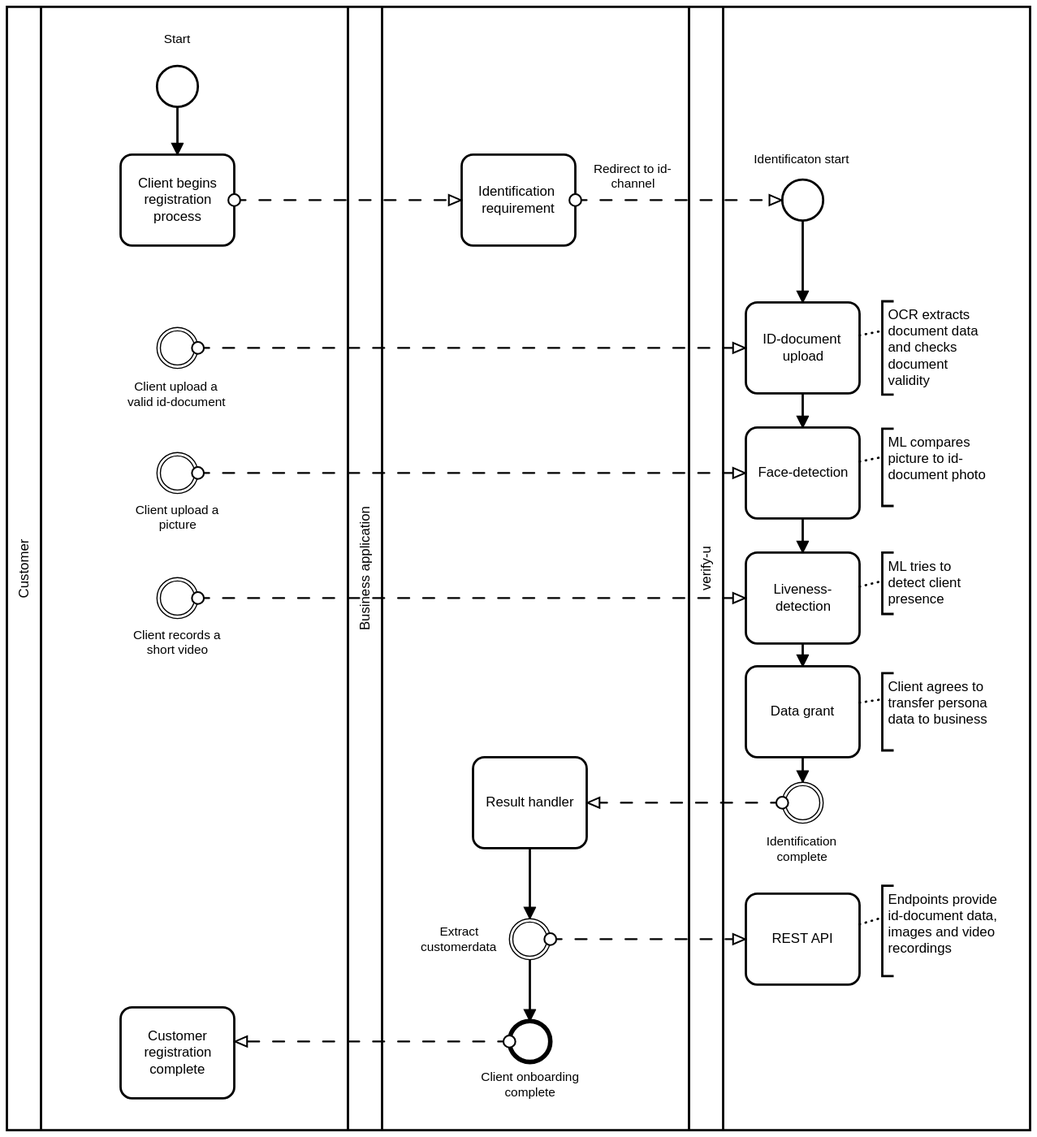
Before: lib/web/index/diagram.svg, a diagram exported from BPMN (verify-U-GmbH/api-documentation). Its source is kept beside it as lib/web/index/diagram.bpmn. Ids are renumbered.
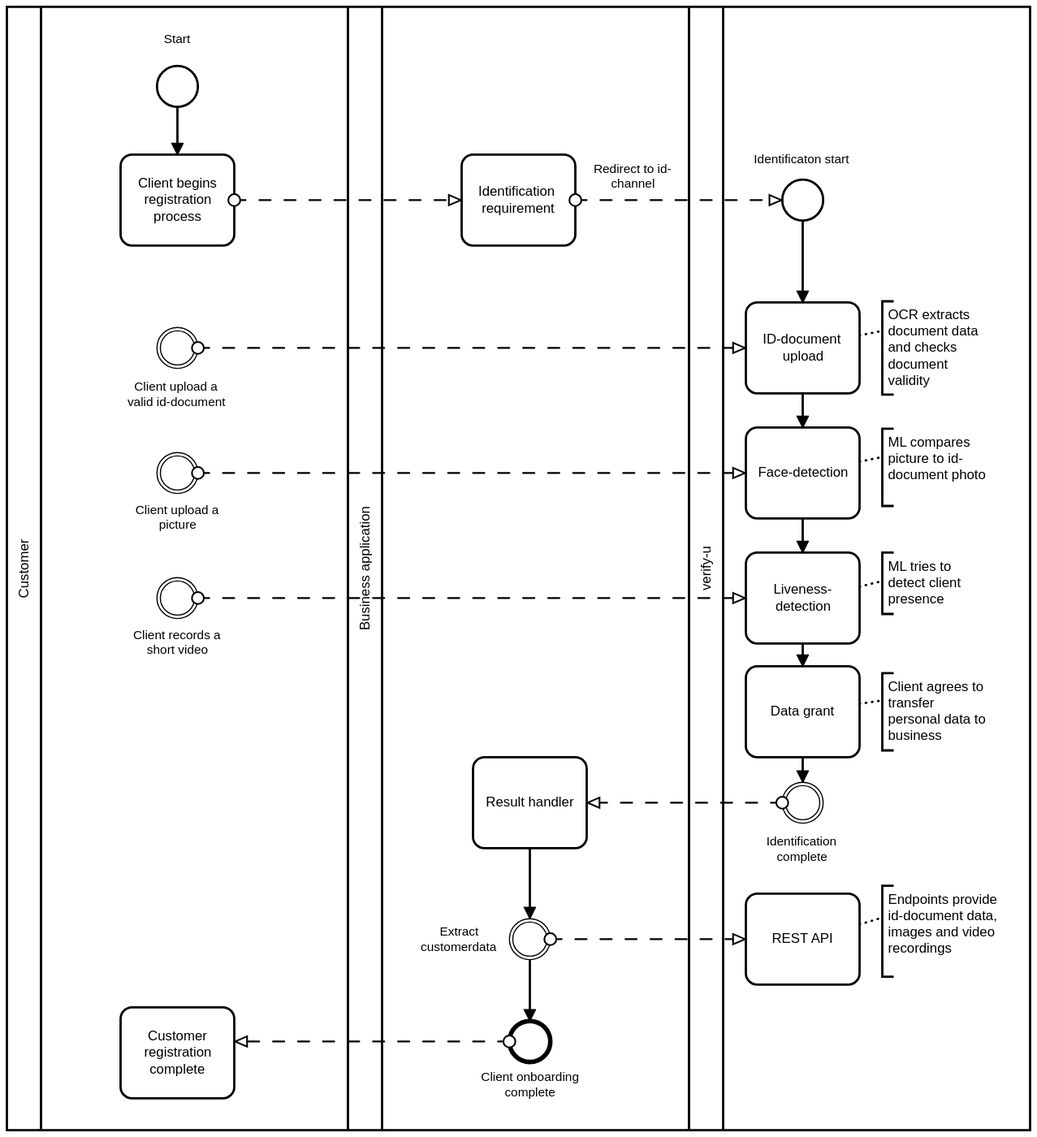
Above is the later version.

The edit, as a diff of the source:
```diff
@@ -82,7 +82,7 @@
       <bpmn:text>ML tries to detect client presence</bpmn:text>
     </bpmn:textAnnotation>
     <bpmn:textAnnotation id="TextAnnotation_n46">
-      <bpmn:text>Client agrees to transfer persona data to business</bpmn:text>
+      <bpmn:text>Client agrees to transfer personal data to business</bpmn:text>
     </bpmn:textAnnotation>
     <bpmn:association id="Association_n47" sourceRef="Activity_n23" targetRef="TextAnnotation_n43" />
     <bpmn:association id="Association_n48" sourceRef="Activity_n38" targetRef="TextAnnotation_n46" />
@@ -99,19 +99,19 @@
         <di:waypoint x="310" y="168" />
         <di:waypoint x="310" y="210" />
       </bpmndi:BPMNEdge>
-      <bpmndi:BPMNShape id="Activity_n10_di" bpmnElement="Activity_n10">
-        <dc:Bounds x="260" y="210" width="100" height="80" />
-      </bpmndi:BPMNShape>
       <bpmndi:BPMNShape id="_BPMNShape_StartEvent_2" bpmnElement="StartEvent_n33">
         <dc:Bounds x="292" y="132" width="36" height="36" />
         <bpmndi:BPMNLabel>
           <dc:Bounds x="298" y="102" width="24" height="14" />
         </bpmndi:BPMNLabel>
       </bpmndi:BPMNShape>
-      <bpmndi:BPMNShape id="Event_n19_di" bpmnElement="Event_n19">
-        <dc:Bounds x="292" y="582" width="36" height="36" />
+      <bpmndi:BPMNShape id="Activity_n10_di" bpmnElement="Activity_n10">
+        <dc:Bounds x="260" y="210" width="100" height="80" />
+      </bpmndi:BPMNShape>
+      <bpmndi:BPMNShape id="Event_n13_di" bpmnElement="Event_n13">
+        <dc:Bounds x="292" y="362" width="36" height="36" />
         <bpmndi:BPMNLabel>
-          <dc:Bounds x="273" y="516" width="75" height="27" />
+          <dc:Bounds x="266" y="408" width="87" height="27" />
         </bpmndi:BPMNLabel>
       </bpmndi:BPMNShape>
       <bpmndi:BPMNShape id="Event_n16_di" bpmnElement="Event_n16">
@@ -120,14 +120,14 @@
           <dc:Bounds x="271" y="626" width="78" height="27" />
         </bpmndi:BPMNLabel>
       </bpmndi:BPMNShape>
-      <bpmndi:BPMNShape id="Event_n13_di" bpmnElement="Event_n13">
-        <dc:Bounds x="292" y="362" width="36" height="36" />
-        <bpmndi:BPMNLabel>
-          <dc:Bounds x="266" y="408" width="87" height="27" />
-        </bpmndi:BPMNLabel>
-      </bpmndi:BPMNShape>
       <bpmndi:BPMNShape id="Activity_n31_di" bpmnElement="Activity_n31">
         <dc:Bounds x="260" y="960" width="100" height="80" />
+      </bpmndi:BPMNShape>
+      <bpmndi:BPMNShape id="Event_n19_di" bpmnElement="Event_n19">
+        <dc:Bounds x="292" y="582" width="36" height="36" />
+        <bpmndi:BPMNLabel>
+          <dc:Bounds x="273" y="516" width="75" height="27" />
+        </bpmndi:BPMNLabel>
       </bpmndi:BPMNShape>
       <bpmndi:BPMNShape id="Participant_n5_di" bpmnElement="Participant_n5" isHorizontal="true">
         <dc:Bounds x="460" y="80" width="300" height="988" />
@@ -140,11 +140,11 @@
         <di:waypoint x="620" y="820" />
         <di:waypoint x="620" y="882" />
       </bpmndi:BPMNEdge>
-      <bpmndi:BPMNShape id="Activity_n11_di" bpmnElement="Activity_n11">
-        <dc:Bounds x="560" y="210" width="100" height="80" />
-      </bpmndi:BPMNShape>
-      <bpmndi:BPMNShape id="Activity_n26_di" bpmnElement="Activity_n26">
-        <dc:Bounds x="570" y="740" width="100" height="80" />
+      <bpmndi:BPMNShape id="Event_n30_di" bpmnElement="Event_n30">
+        <dc:Bounds x="602" y="972" width="36" height="36" />
+        <bpmndi:BPMNLabel>
+          <dc:Bounds x="577" y="1015" width="87" height="27" />
+        </bpmndi:BPMNLabel>
       </bpmndi:BPMNShape>
       <bpmndi:BPMNShape id="Event_n22_di" bpmnElement="Event_n22">
         <dc:Bounds x="602" y="882" width="36" height="36" />
@@ -152,11 +152,11 @@
           <dc:Bounds x="524" y="887" width="68" height="27" />
         </bpmndi:BPMNLabel>
       </bpmndi:BPMNShape>
-      <bpmndi:BPMNShape id="Event_n30_di" bpmnElement="Event_n30">
-        <dc:Bounds x="602" y="972" width="36" height="36" />
-        <bpmndi:BPMNLabel>
-          <dc:Bounds x="577" y="1015" width="87" height="27" />
-        </bpmndi:BPMNLabel>
+      <bpmndi:BPMNShape id="Activity_n26_di" bpmnElement="Activity_n26">
+        <dc:Bounds x="570" y="740" width="100" height="80" />
+      </bpmndi:BPMNShape>
+      <bpmndi:BPMNShape id="Activity_n11_di" bpmnElement="Activity_n11">
+        <dc:Bounds x="560" y="210" width="100" height="80" />
       </bpmndi:BPMNShape>
       <bpmndi:BPMNShape id="Participant_n7_di" bpmnElement="Participant_n7" isHorizontal="true">
         <dc:Bounds x="760" y="80" width="300" height="988" />
@@ -181,17 +181,14 @@
         <di:waypoint x="860" y="420" />
         <di:waypoint x="860" y="450" />
       </bpmndi:BPMNEdge>
-      <bpmndi:BPMNShape id="Activity_n14_di" bpmnElement="Activity_n14">
-        <dc:Bounds x="810" y="340" width="100" height="80" />
+      <bpmndi:BPMNShape id="Event_n28_di" bpmnElement="Event_n28">
+        <dc:Bounds x="842" y="232" width="36" height="36" />
+        <bpmndi:BPMNLabel>
+          <dc:Bounds x="817" y="208" width="85" height="14" />
+        </bpmndi:BPMNLabel>
       </bpmndi:BPMNShape>
-      <bpmndi:BPMNShape id="Activity_n17_di" bpmnElement="Activity_n17">
-        <dc:Bounds x="810" y="450" width="100" height="80" />
-      </bpmndi:BPMNShape>
-      <bpmndi:BPMNShape id="Activity_n20_di" bpmnElement="Activity_n20">
-        <dc:Bounds x="810" y="560" width="100" height="80" />
-      </bpmndi:BPMNShape>
-      <bpmndi:BPMNShape id="Activity_n38_di" bpmnElement="Activity_n38">
-        <dc:Bounds x="810" y="660" width="100" height="80" />
+      <bpmndi:BPMNShape id="Activity_n23_di" bpmnElement="Activity_n23">
+        <dc:Bounds x="810" y="860" width="100" height="80" />
       </bpmndi:BPMNShape>
       <bpmndi:BPMNShape id="Event_n25_di" bpmnElement="Event_n25">
         <dc:Bounds x="842" y="762" width="36" height="36" />
@@ -199,49 +196,52 @@
           <dc:Bounds x="828" y="808" width="63" height="27" />
         </bpmndi:BPMNLabel>
       </bpmndi:BPMNShape>
-      <bpmndi:BPMNShape id="Activity_n23_di" bpmnElement="Activity_n23">
-        <dc:Bounds x="810" y="860" width="100" height="80" />
+      <bpmndi:BPMNShape id="Activity_n38_di" bpmnElement="Activity_n38">
+        <dc:Bounds x="810" y="660" width="100" height="80" />
       </bpmndi:BPMNShape>
-      <bpmndi:BPMNShape id="Event_n28_di" bpmnElement="Event_n28">
-        <dc:Bounds x="842" y="232" width="36" height="36" />
-        <bpmndi:BPMNLabel>
-          <dc:Bounds x="817" y="208" width="85" height="14" />
-        </bpmndi:BPMNLabel>
+      <bpmndi:BPMNShape id="Activity_n20_di" bpmnElement="Activity_n20">
+        <dc:Bounds x="810" y="560" width="100" height="80" />
       </bpmndi:BPMNShape>
-      <bpmndi:BPMNShape id="TextAnnotation_n46_di" bpmnElement="TextAnnotation_n46">
-        <dc:Bounds x="930" y="666" width="100" height="68" />
+      <bpmndi:BPMNShape id="Activity_n17_di" bpmnElement="Activity_n17">
+        <dc:Bounds x="810" y="450" width="100" height="80" />
+      </bpmndi:BPMNShape>
+      <bpmndi:BPMNShape id="Activity_n14_di" bpmnElement="Activity_n14">
+        <dc:Bounds x="810" y="340" width="100" height="80" />
+      </bpmndi:BPMNShape>
+      <bpmndi:BPMNShape id="TextAnnotation_n42_di" bpmnElement="TextAnnotation_n42">
+        <dc:Bounds x="930" y="451" width="100" height="68" />
+      </bpmndi:BPMNShape>
+      <bpmndi:BPMNShape id="TextAnnotation_n43_di" bpmnElement="TextAnnotation_n43">
+        <dc:Bounds x="930" y="853" width="109.98837809917356" height="79.54545454545456" />
+      </bpmndi:BPMNShape>
+      <bpmndi:BPMNShape id="TextAnnotation_n44_di" bpmnElement="TextAnnotation_n44">
+        <dc:Bounds x="930" y="339" width="100" height="82" />
       </bpmndi:BPMNShape>
       <bpmndi:BPMNShape id="TextAnnotation_n45_di" bpmnElement="TextAnnotation_n45">
         <dc:Bounds x="930" y="560" width="100" height="54" />
       </bpmndi:BPMNShape>
-      <bpmndi:BPMNShape id="TextAnnotation_n44_di" bpmnElement="TextAnnotation_n44">
-        <dc:Bounds x="930" y="339" width="100" height="82" />
+      <bpmndi:BPMNShape id="TextAnnotation_n46_di" bpmnElement="TextAnnotation_n46">
+        <dc:Bounds x="930" y="666" width="99.99677169421489" height="67.98811983471074" />
       </bpmndi:BPMNShape>
-      <bpmndi:BPMNShape id="TextAnnotation_n43_di" bpmnElement="TextAnnotation_n43">
-        <dc:Bounds x="930" y="853" width="109.98837809917356" height="79.54545454545456" />
-      </bpmndi:BPMNShape>
-      <bpmndi:BPMNShape id="TextAnnotation_n42_di" bpmnElement="TextAnnotation_n42">
-        <dc:Bounds x="930" y="451" width="100" height="68" />
-      </bpmndi:BPMNShape>
+      <bpmndi:BPMNEdge id="Association_n47_di" bpmnElement="Association_n47">
+        <di:waypoint x="910" y="887" />
+        <di:waypoint x="930" y="881" />
+      </bpmndi:BPMNEdge>
       <bpmndi:BPMNEdge id="Association_n48_di" bpmnElement="Association_n48">
-        <di:waypoint x="910" y="692" />
-        <di:waypoint x="930" y="689" />
+        <di:waypoint x="910" y="693" />
+        <di:waypoint x="930" y="690" />
       </bpmndi:BPMNEdge>
       <bpmndi:BPMNEdge id="Association_n49_di" bpmnElement="Association_n49">
         <di:waypoint x="910" y="590" />
         <di:waypoint x="930" y="585" />
       </bpmndi:BPMNEdge>
+      <bpmndi:BPMNEdge id="Association_n50_di" bpmnElement="Association_n50">
+        <di:waypoint x="910" y="480" />
+        <di:waypoint x="930" y="476" />
+      </bpmndi:BPMNEdge>
       <bpmndi:BPMNEdge id="Association_n51_di" bpmnElement="Association_n51">
         <di:waypoint x="910" y="369" />
         <di:waypoint x="930" y="365" />
-      </bpmndi:BPMNEdge>
-      <bpmndi:BPMNEdge id="Association_n47_di" bpmnElement="Association_n47">
-        <di:waypoint x="910" y="887" />
-        <di:waypoint x="930" y="881" />
-      </bpmndi:BPMNEdge>
-      <bpmndi:BPMNEdge id="Association_n50_di" bpmnElement="Association_n50">
-        <di:waypoint x="910" y="480" />
-        <di:waypoint x="930" y="476" />
       </bpmndi:BPMNEdge>
       <bpmndi:BPMNEdge id="Flow_n9_di" bpmnElement="Flow_n9">
         <di:waypoint x="360" y="250" />
```
